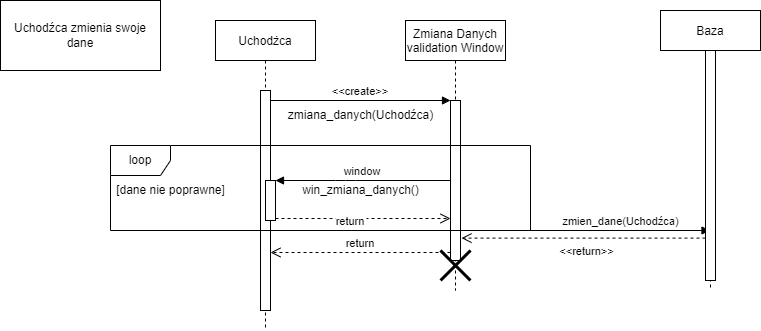
This is diagramy przebiegu/Uchodżca - diagram przebiegu.drawio.png from TheRipSon/inzyneria-oprogramowania, a draw.io export, as it was before one commit. Source tidied: cells renumbered, new cells last; positions are measured from the earlier drawing's top-left corner, leaving out a move shared by most shapes.
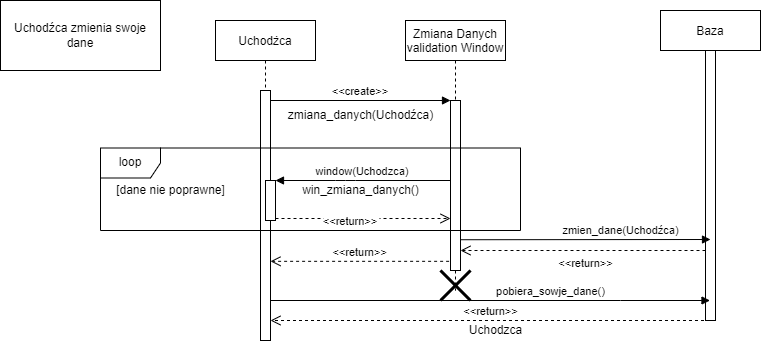
The same file after the commit.

The edit, as a diff of the source:
```diff
@@ -3,10 +3,10 @@
     <mxCell id="0" />
     <mxCell id="1" parent="0" />
     <mxCell id="2" value="Uchodżca" style="shape=umlLifeline;perimeter=lifelinePerimeter;rounded=0;shadow=0;strokeWidth=1;" parent="1" vertex="1">
-      <mxGeometry x="215" y="20" width="100" height="310" as="geometry" />
+      <mxGeometry x="215" y="20" width="100" height="320" as="geometry" />
     </mxCell>
     <mxCell id="3" style="points=[];perimeter=orthogonalPerimeter;rounded=0;shadow=0;strokeWidth=1;" parent="2" vertex="1">
-      <mxGeometry x="45" y="70" width="10" height="220" as="geometry" />
+      <mxGeometry x="45" y="70" width="10" height="250" as="geometry" />
     </mxCell>
     <mxCell id="4" style="points=[];perimeter=orthogonalPerimeter;rounded=0;shadow=0;strokeWidth=1;" parent="2" vertex="1">
       <mxGeometry x="50" y="160" width="10" height="40" as="geometry" />
@@ -15,30 +15,22 @@
       <mxGeometry x="405" y="20" width="100" height="270" as="geometry" />
     </mxCell>
     <mxCell id="6" style="points=[];perimeter=orthogonalPerimeter;rounded=0;shadow=0;strokeWidth=1;" parent="5" vertex="1">
-      <mxGeometry x="45" y="80" width="10" height="160" as="geometry" />
+      <mxGeometry x="45" y="80" width="10" height="170" as="geometry" />
     </mxCell>
-    <mxCell id="7" style="shape=umlDestroy;whiteSpace=wrap;html=1;strokeWidth=3;" parent="5" vertex="1">
-      <mxGeometry x="35" y="230" width="30" height="30" as="geometry" />
-    </mxCell>
-    <mxCell id="8" value="zmien_dane(Uchodźca)" style="html=1;verticalAlign=bottom;endArrow=block;rounded=0;" parent="5" edge="1" target="15">
-      <mxGeometry x="0.28" relative="1" as="geometry">
-        <mxPoint x="55" y="210" as="sourcePoint" />
-      </mxGeometry>
-    </mxCell>
-    <mxCell id="9" value="return" style="verticalAlign=bottom;endArrow=open;dashed=1;endSize=8;exitX=0;exitY=0.95;shadow=0;strokeWidth=1;" parent="1" edge="1" source="6" target="3">
+    <mxCell id="9" value="&lt;&lt;return&gt;&gt;" style="verticalAlign=bottom;endArrow=open;dashed=1;endSize=8;exitX=-0.14;exitY=0.946;shadow=0;strokeWidth=1;exitDx=0;exitDy=0;exitPerimeter=0;" parent="1" edge="1" source="6" target="3">
       <mxGeometry relative="1" as="geometry" />
     </mxCell>
     <mxCell id="10" value="&lt;&lt;create&gt;&gt;" style="verticalAlign=bottom;endArrow=block;entryX=0;entryY=0;shadow=0;strokeWidth=1;" parent="1" edge="1" source="3" target="6">
       <mxGeometry relative="1" as="geometry" />
     </mxCell>
-    <mxCell id="11" value="window" style="verticalAlign=bottom;endArrow=block;shadow=0;strokeWidth=1;" parent="1" edge="1" source="6" target="4">
+    <mxCell id="11" value="window(Uchodzca)" style="verticalAlign=bottom;endArrow=block;shadow=0;strokeWidth=1;" parent="1" edge="1" source="6" target="4">
       <mxGeometry relative="1" as="geometry">
         <Array as="points">
           <mxPoint x="345" y="180" />
         </Array>
       </mxGeometry>
     </mxCell>
-    <mxCell id="12" value="return" style="verticalAlign=bottom;endArrow=open;dashed=1;endSize=8;exitX=1;exitY=0.95;shadow=0;strokeWidth=1;" parent="1" edge="1" source="4" target="6">
+    <mxCell id="12" value="&lt;&lt;return&gt;&gt;" style="verticalAlign=bottom;endArrow=open;dashed=1;endSize=8;exitX=1;exitY=0.95;shadow=0;strokeWidth=1;" parent="1" edge="1" source="4" target="6">
       <mxGeometry x="-0.14" y="-12" relative="1" as="geometry">
         <Array as="points">
           <mxPoint x="320" y="218" />
@@ -52,16 +44,21 @@
       <mxGeometry x="295" y="180" width="130" height="20" as="geometry" />
     </mxCell>
     <mxCell id="15" value="Baza" style="shape=umlLifeline;perimeter=lifelinePerimeter;rounded=0;shadow=0;strokeWidth=1;" parent="1" vertex="1">
-      <mxGeometry x="660" y="10" width="100" height="280" as="geometry" />
+      <mxGeometry x="660" y="10" width="100" height="310" as="geometry" />
     </mxCell>
     <mxCell id="16" style="points=[];perimeter=orthogonalPerimeter;rounded=0;shadow=0;strokeWidth=1;" parent="15" vertex="1">
-      <mxGeometry x="45" y="40" width="10" height="230" as="geometry" />
+      <mxGeometry x="45" y="40" width="10" height="270" as="geometry" />
     </mxCell>
-    <mxCell id="17" value="&amp;lt;&amp;lt;return&amp;gt;&amp;gt;" style="html=1;verticalAlign=bottom;endArrow=open;dashed=1;endSize=8;rounded=0;entryX=1.1;entryY=0.86;entryDx=0;entryDy=0;entryPerimeter=0;" parent="1" edge="1" source="16" target="6">
-      <mxGeometry x="-0.02" y="22" relative="1" as="geometry" />
+    <mxCell id="17" value="&amp;lt;&amp;lt;return&amp;gt;&amp;gt;" style="html=1;verticalAlign=bottom;endArrow=open;dashed=1;endSize=8;rounded=0;" parent="1" edge="1" source="16">
+      <mxGeometry x="-0.02" y="22" relative="1" as="geometry">
+        <mxPoint x="460" y="250" as="targetPoint" />
+        <Array as="points">
+          <mxPoint x="550" y="250" />
+        </Array>
+      </mxGeometry>
     </mxCell>
     <mxCell id="18" value="loop" style="shape=umlFrame;whiteSpace=wrap;html=1;" parent="1" vertex="1">
-      <mxGeometry x="110" y="145" width="420" height="85" as="geometry" />
+      <mxGeometry x="100" y="147.5" width="420" height="82.5" as="geometry" />
     </mxCell>
     <mxCell id="19" value="[dane nie poprawne]" style="text;html=1;align=center;verticalAlign=middle;strokeColor=none;fillColor=none;" parent="1" vertex="1">
       <mxGeometry x="110" y="180" width="120" height="20" as="geometry" />
@@ -69,5 +66,31 @@
     <mxCell id="20" value="Uchodźca zmienia swoje dane" style="whiteSpace=wrap;html=1;" parent="1" vertex="1">
       <mxGeometry width="160" height="70" as="geometry" />
     </mxCell>
+    <mxCell id="21" value="&amp;lt;&amp;lt;return&amp;gt;&amp;gt;" style="html=1;verticalAlign=bottom;endArrow=open;dashed=1;endSize=8;rounded=0;" parent="1" edge="1" source="15">
+      <mxGeometry relative="1" as="geometry">
+        <mxPoint x="270" y="320" as="targetPoint" />
+        <Array as="points">
+          <mxPoint x="620" y="320" />
+        </Array>
+      </mxGeometry>
+    </mxCell>
+    <mxCell id="22" value="Uchodzca" style="text;html=1;align=center;verticalAlign=middle;strokeColor=none;fillColor=none;" parent="1" vertex="1">
+      <mxGeometry x="460" y="320" width="70" height="20" as="geometry" />
+    </mxCell>
+    <mxCell id="23" value="pobiera_sowje_dane()" style="html=1;verticalAlign=bottom;endArrow=block;rounded=0;" parent="1" edge="1" source="3" target="15">
+      <mxGeometry x="0.27" relative="1" as="geometry">
+        <Array as="points">
+          <mxPoint x="620" y="300" />
+        </Array>
+      </mxGeometry>
+    </mxCell>
+    <mxCell id="7" style="shape=umlDestroy;whiteSpace=wrap;html=1;strokeWidth=3;" parent="1" vertex="1">
+      <mxGeometry x="440" y="270" width="30" height="30" as="geometry" />
+    </mxCell>
+    <mxCell id="8" value="zmien_dane(Uchodźca)" style="html=1;verticalAlign=bottom;endArrow=block;rounded=0;exitX=0.98;exitY=0.819;exitDx=0;exitDy=0;exitPerimeter=0;" parent="1" edge="1" source="6">
+      <mxGeometry x="0.28" relative="1" as="geometry">
+        <mxPoint x="710" y="239" as="targetPoint" />
+      </mxGeometry>
+    </mxCell>
   </root>
 </mxGraphModel>
```
